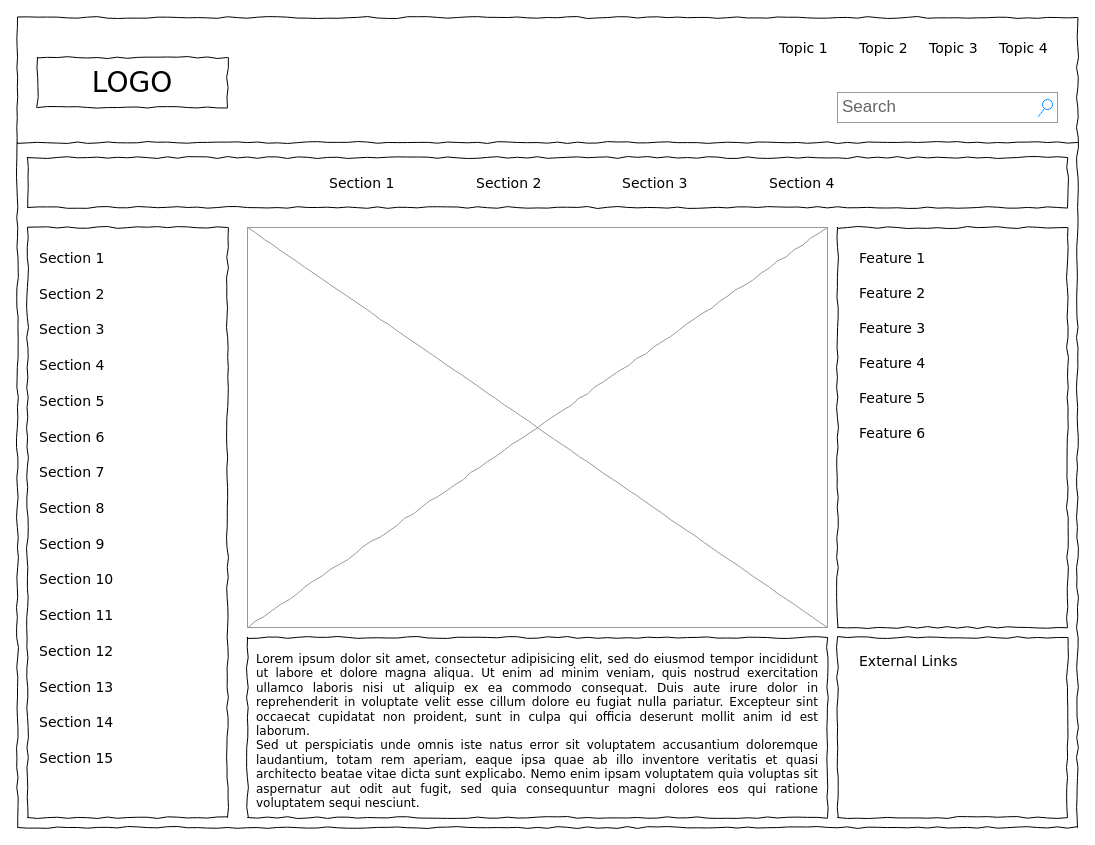
Earlier version of the draw.io diagram Untitled Diagram.drawio (jjagodz4/odin-recipes). Source tidied: cells renumbered, new cells numbered last; positions are measured from the earlier drawing's top-left corner, leaving out a move shared by most shapes. Both pictures are drawn from the tidied source at 100%, with x=0, y=0 at pixel (17, 17).
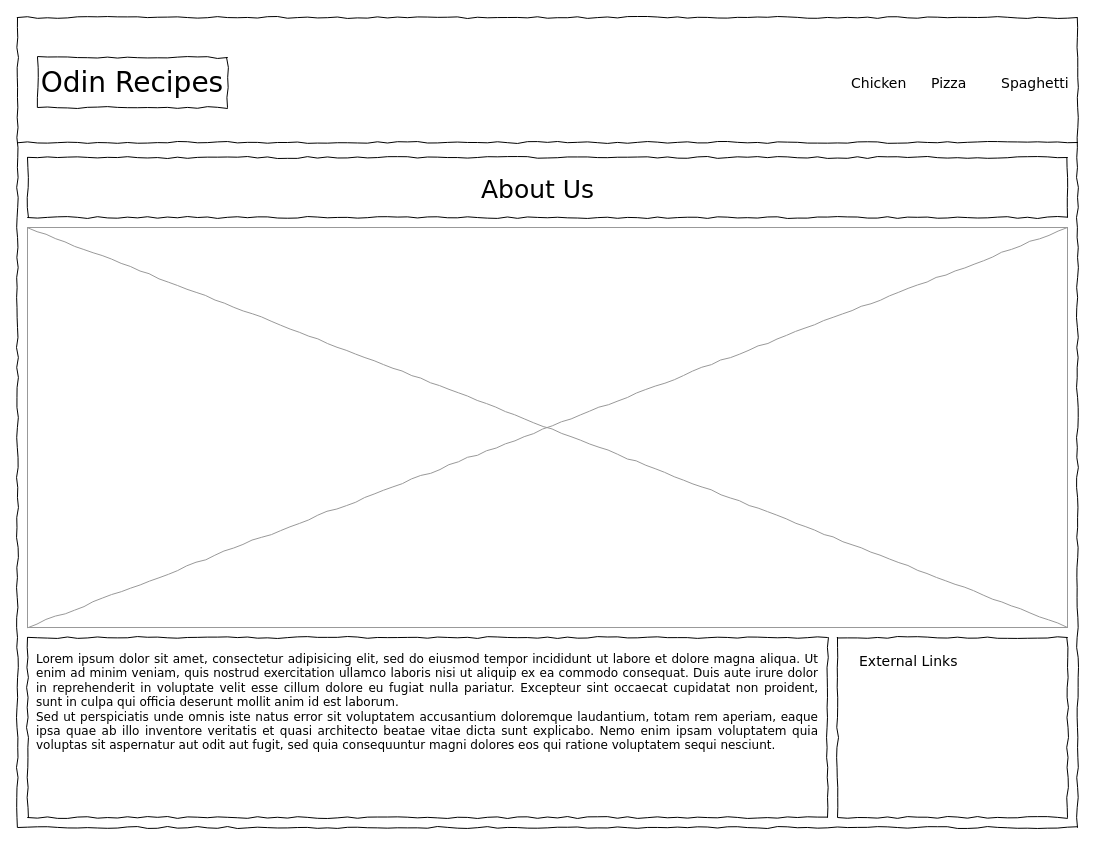
The same diagram, later.

Commit message:
Updated index.html page design

Change to the diagram source:
```diff
@@
-    <mxCell id="3" value="LOGO" style="whiteSpace=wrap;html=1;rounded=0;shadow=0;labelBackgroundColor=none;strokeWidth=1;fontFamily=Verdana;fontSize=28;align=center;comic=1;" parent="1" vertex="1">
+    <mxCell id="3" value="Odin Recipes" style="whiteSpace=wrap;html=1;rounded=0;shadow=0;labelBackgroundColor=none;strokeWidth=1;fontFamily=Verdana;fontSize=28;align=center;comic=1;" parent="1" vertex="1">
       <mxGeometry x="20" y="40" width="190" height="50" as="geometry" />
     </mxCell>
-    <mxCell id="4" value="Search" style="strokeWidth=1;shadow=0;dashed=0;align=center;html=1;shape=mxgraph.mockup.forms.searchBox;strokeColor=#999999;mainText=;strokeColor2=#008cff;fontColor=#666666;fontSize=17;align=left;spacingLeft=3;rounded=0;labelBackgroundColor=none;comic=1;" parent="1" vertex="1">
-      <mxGeometry x="820" y="75" width="220" height="30" as="geometry" />
-    </mxCell>
-    <mxCell id="5" value="Topic 1" style="text;html=1;align=left;verticalAlign=top;spacingTop=-4;fontSize=14;fontFamily=Verdana;" parent="1" vertex="1">
-      <mxGeometry x="760" y="20" width="60" height="20" as="geometry" />
+    <mxCell id="5" value="Chicken" style="text;html=1;align=left;verticalAlign=top;spacingTop=-4;fontSize=14;fontFamily=Verdana;" parent="1" vertex="1">
+      <mxGeometry x="832" y="55" width="60" height="20" as="geometry" />
     </mxCell>
-    <mxCell id="6" value="Topic 2" style="text;html=1;align=left;verticalAlign=top;spacingTop=-4;fontSize=14;fontFamily=Verdana;" parent="1" vertex="1">
-      <mxGeometry x="840" y="20" width="60" height="20" as="geometry" />
+    <mxCell id="6" value="Pizza" style="text;html=1;align=left;verticalAlign=top;spacingTop=-4;fontSize=14;fontFamily=Verdana;" parent="1" vertex="1">
+      <mxGeometry x="912" y="55" width="60" height="20" as="geometry" />
     </mxCell>
-    <mxCell id="7" value="Topic 3" style="text;html=1;align=left;verticalAlign=top;spacingTop=-4;fontSize=14;fontFamily=Verdana;" parent="1" vertex="1">
-      <mxGeometry x="910" y="20" width="60" height="20" as="geometry" />
+    <mxCell id="7" value="Spaghetti" style="text;html=1;align=left;verticalAlign=top;spacingTop=-4;fontSize=14;fontFamily=Verdana;" parent="1" vertex="1">
+      <mxGeometry x="982" y="55" width="60" height="20" as="geometry" />
     </mxCell>
-    <mxCell id="8" value="Topic 4" style="text;html=1;align=left;verticalAlign=top;spacingTop=-4;fontSize=14;fontFamily=Verdana;" parent="1" vertex="1">
-      <mxGeometry x="980" y="20" width="60" height="20" as="geometry" />
-    </mxCell>
-    <mxCell id="9" style="whiteSpace=wrap;html=1;rounded=0;shadow=0;labelBackgroundColor=none;strokeWidth=1;fillColor=none;fontFamily=Verdana;fontSize=12;align=center;comic=1;" parent="1" vertex="1">
-      <mxGeometry x="10" y="210" width="200" height="590" as="geometry" />
-    </mxCell>
@@
     <mxCell id="11" style="whiteSpace=wrap;html=1;rounded=0;shadow=0;labelBackgroundColor=none;strokeWidth=1;fillColor=none;fontFamily=Verdana;fontSize=12;align=center;comic=1;" parent="1" vertex="1">
-      <mxGeometry x="10" y="140" width="1040" height="50" as="geometry" />
+      <mxGeometry x="10" y="140" width="1040" height="60" as="geometry" />
     </mxCell>
-    <mxCell id="12" value="Section 1" style="text;html=1;align=left;verticalAlign=top;spacingTop=-4;fontSize=14;fontFamily=Verdana;" parent="1" vertex="1">
-      <mxGeometry x="310" y="155" width="60" height="20" as="geometry" />
-    </mxCell>
-    <mxCell id="13" value="Section 2" style="text;html=1;align=left;verticalAlign=top;spacingTop=-4;fontSize=14;fontFamily=Verdana;" parent="1" vertex="1">
-      <mxGeometry x="457" y="155" width="60" height="20" as="geometry" />
-    </mxCell>
-    <mxCell id="14" value="Section 3" style="text;html=1;align=left;verticalAlign=top;spacingTop=-4;fontSize=14;fontFamily=Verdana;" parent="1" vertex="1">
-      <mxGeometry x="603" y="155" width="60" height="20" as="geometry" />
-    </mxCell>
-    <mxCell id="15" value="Section 4" style="text;html=1;align=left;verticalAlign=top;spacingTop=-4;fontSize=14;fontFamily=Verdana;" parent="1" vertex="1">
-      <mxGeometry x="750" y="155" width="60" height="20" as="geometry" />
+    <mxCell id="15" value="&lt;p style=&quot;line-height: 20%;&quot;&gt;&lt;font style=&quot;font-size: 25px;&quot;&gt;About Us&lt;/font&gt;&lt;/p&gt;" style="text;html=1;align=center;verticalAlign=top;spacingTop=-4;fontSize=14;fontFamily=Verdana;" parent="1" vertex="1">
+      <mxGeometry x="230" y="155" width="580" height="35" as="geometry" />
     </mxCell>
     <mxCell id="16" value="&lt;div style=&quot;text-align: justify&quot;&gt;&lt;span&gt;Lorem ipsum dolor sit amet, consectetur adipisicing elit, sed do eiusmod tempor incididunt ut labore et dolore magna aliqua. Ut enim ad minim veniam, quis nostrud exercitation ullamco laboris nisi ut aliquip ex ea commodo consequat. Duis aute irure dolor in reprehenderit in voluptate velit esse cillum dolore eu fugiat nulla pariatur. Excepteur sint occaecat cupidatat non proident, sunt in culpa qui officia deserunt mollit anim id est laborum.&lt;/span&gt;&lt;/div&gt;&lt;div style=&quot;text-align: justify&quot;&gt;&lt;span&gt;Sed ut perspiciatis unde omnis iste natus error sit voluptatem accusantium doloremque laudantium, totam rem aperiam, eaque ipsa quae ab illo inventore veritatis et quasi architecto beatae vitae dicta sunt explicabo. Nemo enim ipsam voluptatem quia voluptas sit aspernatur aut odit aut fugit, sed quia consequuntur magni dolores eos qui ratione voluptatem sequi nesciunt.&amp;nbsp;&lt;/span&gt;&lt;/div&gt;" style="whiteSpace=wrap;html=1;rounded=0;shadow=0;labelBackgroundColor=none;strokeWidth=1;fillColor=none;fontFamily=Verdana;fontSize=12;align=center;verticalAlign=top;spacing=10;comic=1;" parent="1" vertex="1">
-      <mxGeometry x="230" y="620" width="580" height="180" as="geometry" />
+      <mxGeometry x="10" y="620" width="800" height="180" as="geometry" />
     </mxCell>
     <mxCell id="17" style="verticalLabelPosition=bottom;shadow=0;dashed=0;align=center;html=1;verticalAlign=top;strokeWidth=1;shape=mxgraph.mockup.graphics.simpleIcon;strokeColor=#999999;rounded=0;labelBackgroundColor=none;fontFamily=Verdana;fontSize=14;fontColor=#000000;comic=1;" parent="1" vertex="1">
-      <mxGeometry x="230" y="210" width="580" height="400" as="geometry" />
+      <mxGeometry x="10" y="210" width="1040" height="400" as="geometry" />
     </mxCell>
-    <mxCell id="18" style="whiteSpace=wrap;html=1;rounded=0;shadow=0;labelBackgroundColor=none;strokeWidth=1;fillColor=none;fontFamily=Verdana;fontSize=12;align=center;comic=1;" parent="1" vertex="1">
-      <mxGeometry x="820" y="210" width="230" height="400" as="geometry" />
-    </mxCell>
@@
-    <mxCell id="20" value="Section 1" style="text;html=1;align=left;verticalAlign=top;spacingTop=-4;fontSize=14;fontFamily=Verdana;" parent="1" vertex="1">
-      <mxGeometry x="20" y="230" width="170" height="20" as="geometry" />
-    </mxCell>
-    <mxCell id="21" value="Section 2" style="text;html=1;align=left;verticalAlign=top;spacingTop=-4;fontSize=14;fontFamily=Verdana;" parent="1" vertex="1">
-      <mxGeometry x="20" y="266" width="170" height="20" as="geometry" />
-    </mxCell>
-    <mxCell id="22" value="Section 3" style="text;html=1;align=left;verticalAlign=top;spacingTop=-4;fontSize=14;fontFamily=Verdana;" parent="1" vertex="1">
-      <mxGeometry x="20" y="301" width="170" height="20" as="geometry" />
-    </mxCell>
-    <mxCell id="23" value="Section 4" style="text;html=1;align=left;verticalAlign=top;spacingTop=-4;fontSize=14;fontFamily=Verdana;" parent="1" vertex="1">
-      <mxGeometry x="20" y="337" width="170" height="20" as="geometry" />
-    </mxCell>
-    <mxCell id="24" value="Section 7" style="text;html=1;align=left;verticalAlign=top;spacingTop=-4;fontSize=14;fontFamily=Verdana;" parent="1" vertex="1">
-      <mxGeometry x="20" y="444" width="170" height="20" as="geometry" />
-    </mxCell>
-    <mxCell id="25" value="Section 8" style="text;html=1;align=left;verticalAlign=top;spacingTop=-4;fontSize=14;fontFamily=Verdana;" parent="1" vertex="1">
-      <mxGeometry x="20" y="480" width="170" height="20" as="geometry" />
-    </mxCell>
-    <mxCell id="26" value="Section 9" style="text;html=1;align=left;verticalAlign=top;spacingTop=-4;fontSize=14;fontFamily=Verdana;" parent="1" vertex="1">
-      <mxGeometry x="20" y="516" width="170" height="20" as="geometry" />
-    </mxCell>
-    <mxCell id="27" value="Section 10" style="text;html=1;align=left;verticalAlign=top;spacingTop=-4;fontSize=14;fontFamily=Verdana;" parent="1" vertex="1">
-      <mxGeometry x="20" y="551" width="170" height="20" as="geometry" />
-    </mxCell>
-    <mxCell id="28" value="Section 11" style="text;html=1;align=left;verticalAlign=top;spacingTop=-4;fontSize=14;fontFamily=Verdana;" parent="1" vertex="1">
-      <mxGeometry x="20" y="587" width="170" height="20" as="geometry" />
-    </mxCell>
-    <mxCell id="29" value="Section 12" style="text;html=1;align=left;verticalAlign=top;spacingTop=-4;fontSize=14;fontFamily=Verdana;" parent="1" vertex="1">
-      <mxGeometry x="20" y="623" width="170" height="20" as="geometry" />
-    </mxCell>
-    <mxCell id="30" value="Section 13" style="text;html=1;align=left;verticalAlign=top;spacingTop=-4;fontSize=14;fontFamily=Verdana;" parent="1" vertex="1">
-      <mxGeometry x="20" y="659" width="170" height="20" as="geometry" />
-    </mxCell>
-    <mxCell id="31" value="Section 14" style="text;html=1;align=left;verticalAlign=top;spacingTop=-4;fontSize=14;fontFamily=Verdana;" parent="1" vertex="1">
-      <mxGeometry x="20" y="694" width="170" height="20" as="geometry" />
-    </mxCell>
-    <mxCell id="32" value="Section 5" style="text;html=1;align=left;verticalAlign=top;spacingTop=-4;fontSize=14;fontFamily=Verdana;" parent="1" vertex="1">
-      <mxGeometry x="20" y="373" width="170" height="20" as="geometry" />
-    </mxCell>
-    <mxCell id="33" value="Section 6" style="text;html=1;align=left;verticalAlign=top;spacingTop=-4;fontSize=14;fontFamily=Verdana;" parent="1" vertex="1">
-      <mxGeometry x="20" y="409" width="170" height="20" as="geometry" />
-    </mxCell>
-    <mxCell id="34" value="Section 15" style="text;html=1;align=left;verticalAlign=top;spacingTop=-4;fontSize=14;fontFamily=Verdana;" parent="1" vertex="1">
-      <mxGeometry x="20" y="730" width="170" height="20" as="geometry" />
-    </mxCell>
@@
-    <mxCell id="36" value="Feature 1" style="text;html=1;align=left;verticalAlign=top;spacingTop=-4;fontSize=14;fontFamily=Verdana;" parent="1" vertex="1">
-      <mxGeometry x="840" y="230" width="170" height="20" as="geometry" />
-    </mxCell>
-    <mxCell id="37" value="Feature 2" style="text;html=1;align=left;verticalAlign=top;spacingTop=-4;fontSize=14;fontFamily=Verdana;" parent="1" vertex="1">
-      <mxGeometry x="840" y="265" width="170" height="20" as="geometry" />
-    </mxCell>
-    <mxCell id="38" value="Feature 3" style="text;html=1;align=left;verticalAlign=top;spacingTop=-4;fontSize=14;fontFamily=Verdana;" parent="1" vertex="1">
-      <mxGeometry x="840" y="300" width="170" height="20" as="geometry" />
-    </mxCell>
-    <mxCell id="39" value="Feature 4" style="text;html=1;align=left;verticalAlign=top;spacingTop=-4;fontSize=14;fontFamily=Verdana;" parent="1" vertex="1">
-      <mxGeometry x="840" y="335" width="170" height="20" as="geometry" />
-    </mxCell>
-    <mxCell id="40" value="Feature 5" style="text;html=1;align=left;verticalAlign=top;spacingTop=-4;fontSize=14;fontFamily=Verdana;" parent="1" vertex="1">
-      <mxGeometry x="840" y="370" width="170" height="20" as="geometry" />
-    </mxCell>
-    <mxCell id="41" value="Feature 6" style="text;html=1;align=left;verticalAlign=top;spacingTop=-4;fontSize=14;fontFamily=Verdana;" parent="1" vertex="1">
-      <mxGeometry x="840" y="405" width="170" height="20" as="geometry" />
-    </mxCell>
```
